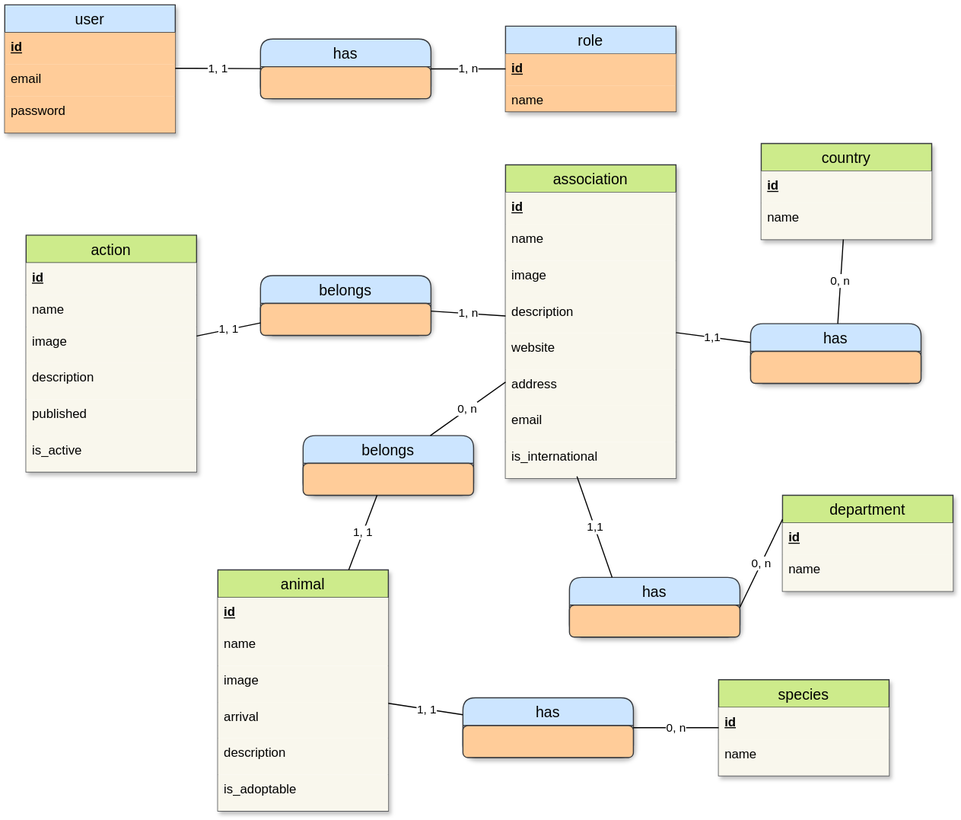
Above: code/merise/MCD.drawio.svg in manonjarzabeck/compawny (draw.io), before the change. Source tidied: cells renumbered, new cells last; positions are measured from the earlier drawing's top-left corner, leaving out a move shared by most shapes.
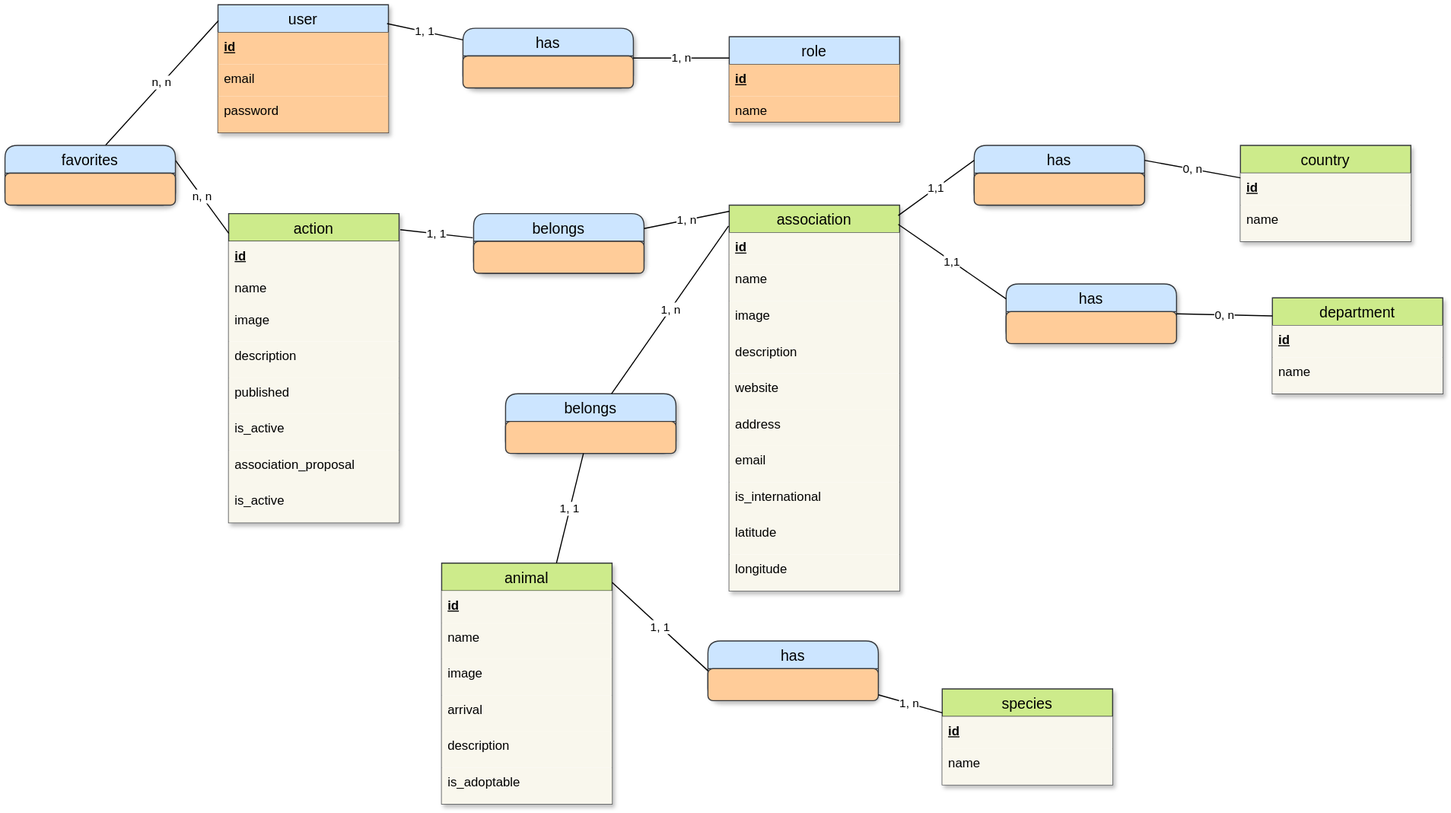
The same file after the commit.

Diff of the diagram source:
```diff
@@ -3,7 +3,7 @@
     <mxCell id="0" />
     <mxCell id="1" parent="0" />
     <mxCell id="2" value="user" style="swimlane;fontStyle=0;horizontal=1;startSize=26;align=center;fontSize=14;fillColor=#cce5ff;strokeColor=#36393d;textShadow=0;shadow=1;glass=0;swimlaneLine=1;swimlaneFillColor=default;" parent="1" vertex="1">
-      <mxGeometry width="160" height="120" as="geometry" />
+      <mxGeometry x="-10" y="-32" width="160" height="120" as="geometry" />
     </mxCell>
     <mxCell id="3" value="id" style="text;spacingLeft=4;spacingRight=4;overflow=hidden;fontSize=12;whiteSpace=wrap;html=1;fontStyle=5;textShadow=0;fillColor=#ffcc99;strokeColor=none;" parent="2" vertex="1">
       <mxGeometry y="26" width="160" height="30" as="geometry" />
@@ -15,7 +15,7 @@
       <mxGeometry y="86" width="160" height="34" as="geometry" />
     </mxCell>
     <mxCell id="6" value="role" style="swimlane;fontStyle=0;horizontal=1;startSize=26;align=center;fontSize=14;fillColor=#cce5ff;strokeColor=#36393d;shadow=1;swimlaneFillColor=default;" parent="1" vertex="1">
-      <mxGeometry x="470" y="20" width="160" height="80" as="geometry" />
+      <mxGeometry x="470" y="-2" width="160" height="80" as="geometry" />
     </mxCell>
     <mxCell id="7" value="id" style="text;spacingLeft=4;spacingRight=4;overflow=hidden;fontSize=12;whiteSpace=wrap;html=1;fontStyle=5;textShadow=0;fillColor=#ffcc99;strokeColor=none;" parent="6" vertex="1">
       <mxGeometry y="26" width="160" height="30" as="geometry" />
@@ -24,21 +24,19 @@
       <mxGeometry y="56" width="160" height="24" as="geometry" />
     </mxCell>
     <mxCell id="9" value="has" style="swimlane;fontStyle=0;horizontal=1;startSize=26;align=center;fontSize=14;fillColor=#cce5ff;strokeColor=#36393d;rounded=1;shadow=1;swimlaneFillColor=default;" parent="1" vertex="1">
-      <mxGeometry x="240" y="32" width="160" height="56" as="geometry" />
+      <mxGeometry x="220" y="-10" width="160" height="56" as="geometry" />
     </mxCell>
     <mxCell id="10" style="text;spacingLeft=4;spacingRight=4;overflow=hidden;fontSize=12;whiteSpace=wrap;html=1;fontStyle=5;textShadow=0;fillColor=#ffcc99;strokeColor=#36393d;rounded=1;" parent="9" vertex="1">
       <mxGeometry y="26" width="160" height="30" as="geometry" />
     </mxCell>
-    <mxCell id="11" value="1, 1" style="endArrow=none;html=1;rounded=0;" parent="1" edge="1" target="9">
-      <mxGeometry relative="1" as="geometry">
-        <mxPoint x="160" y="59.5" as="sourcePoint" />
-      </mxGeometry>
+    <mxCell id="11" value="1, 1" style="endArrow=none;html=1;rounded=0;exitX=0.992;exitY=0.147;exitDx=0;exitDy=0;exitPerimeter=0;" parent="1" edge="1" source="2" target="9">
+      <mxGeometry relative="1" as="geometry" />
     </mxCell>
-    <mxCell id="12" value="1, n" style="endArrow=none;html=1;rounded=0;" parent="1" edge="1" source="9" target="6">
+    <mxCell id="12" value="1, n" style="endArrow=none;html=1;rounded=0;entryX=0;entryY=0.25;entryDx=0;entryDy=0;" parent="1" edge="1" source="9" target="6">
       <mxGeometry relative="1" as="geometry" />
     </mxCell>
     <mxCell id="13" value="action" style="swimlane;fontStyle=0;horizontal=1;startSize=26;align=center;fontSize=14;fillColor=#cdeb8b;shadow=1;swimlaneFillColor=default;strokeColor=#36393d;" parent="1" vertex="1">
-      <mxGeometry x="20" y="216" width="160" height="222" as="geometry" />
+      <mxGeometry y="164" width="160" height="290" as="geometry" />
     </mxCell>
     <mxCell id="14" value="id" style="text;spacingLeft=4;spacingRight=4;overflow=hidden;fontSize=12;whiteSpace=wrap;html=1;fontStyle=5;textShadow=0;fillColor=#f9f7ed;strokeColor=none;" parent="13" vertex="1">
       <mxGeometry y="26" width="160" height="30" as="geometry" />
@@ -58,8 +56,14 @@
     <mxCell id="19" value="is_active" style="text;strokeColor=none;fillColor=#f9f7ed;spacingLeft=4;spacingRight=4;overflow=hidden;fontSize=12;whiteSpace=wrap;html=1;strokeWidth=0;shadow=0;" parent="13" vertex="1">
       <mxGeometry y="188" width="160" height="34" as="geometry" />
     </mxCell>
+    <mxCell id="65" value="association_proposal" style="text;strokeColor=none;fillColor=#f9f7ed;spacingLeft=4;spacingRight=4;overflow=hidden;fontSize=12;whiteSpace=wrap;html=1;strokeWidth=0;shadow=0;" parent="13" vertex="1">
+      <mxGeometry y="222" width="160" height="34" as="geometry" />
+    </mxCell>
+    <mxCell id="66" value="is_active" style="text;strokeColor=none;fillColor=#f9f7ed;spacingLeft=4;spacingRight=4;overflow=hidden;fontSize=12;whiteSpace=wrap;html=1;strokeWidth=0;shadow=0;" parent="13" vertex="1">
+      <mxGeometry y="256" width="160" height="34" as="geometry" />
+    </mxCell>
     <mxCell id="20" value="association" style="swimlane;fontStyle=0;horizontal=1;startSize=26;align=center;fontSize=14;fillColor=#cdeb8b;shadow=1;swimlaneFillColor=default;strokeColor=#36393d;" parent="1" vertex="1">
-      <mxGeometry x="470" y="150" width="160" height="294" as="geometry" />
+      <mxGeometry x="470" y="156" width="160" height="362" as="geometry" />
     </mxCell>
     <mxCell id="21" value="id" style="text;spacingLeft=4;spacingRight=4;overflow=hidden;fontSize=12;whiteSpace=wrap;html=1;fontStyle=5;textShadow=0;fillColor=#f9f7ed;strokeColor=none;" parent="20" vertex="1">
       <mxGeometry y="26" width="160" height="30" as="geometry" />
@@ -85,8 +89,14 @@
     <mxCell id="28" value="is_international" style="text;strokeColor=none;fillColor=#f9f7ed;spacingLeft=4;spacingRight=4;overflow=hidden;points=[[0,0.5],[1,0.5]];portConstraint=eastwest;fontSize=12;whiteSpace=wrap;html=1;strokeWidth=0;shadow=0;" parent="20" vertex="1">
       <mxGeometry y="260" width="160" height="34" as="geometry" />
     </mxCell>
+    <mxCell id="67" value="latitude" style="text;strokeColor=none;fillColor=#f9f7ed;spacingLeft=4;spacingRight=4;overflow=hidden;fontSize=12;whiteSpace=wrap;html=1;strokeWidth=0;shadow=0;" parent="20" vertex="1">
+      <mxGeometry y="294" width="160" height="34" as="geometry" />
+    </mxCell>
+    <mxCell id="68" value="longitude" style="text;strokeColor=none;fillColor=#f9f7ed;spacingLeft=4;spacingRight=4;overflow=hidden;fontSize=12;whiteSpace=wrap;html=1;strokeWidth=0;shadow=0;" parent="20" vertex="1">
+      <mxGeometry y="328" width="160" height="34" as="geometry" />
+    </mxCell>
     <mxCell id="29" value="animal" style="swimlane;fontStyle=0;horizontal=1;startSize=26;align=center;fontSize=14;fillColor=#cdeb8b;shadow=1;swimlaneFillColor=default;strokeColor=#36393d;" parent="1" vertex="1">
-      <mxGeometry x="200" y="530" width="160" height="226" as="geometry" />
+      <mxGeometry x="200" y="492" width="160" height="226" as="geometry" />
     </mxCell>
     <mxCell id="30" value="id" style="text;spacingLeft=4;spacingRight=4;overflow=hidden;fontSize=12;whiteSpace=wrap;html=1;fontStyle=5;textShadow=0;fillColor=#f9f7ed;strokeColor=none;" parent="29" vertex="1">
       <mxGeometry y="26" width="160" height="30" as="geometry" />
@@ -107,19 +117,19 @@
       <mxGeometry y="192" width="160" height="34" as="geometry" />
     </mxCell>
     <mxCell id="36" value="belongs" style="swimlane;fontStyle=0;horizontal=1;startSize=26;align=center;fontSize=14;fillColor=#cce5ff;strokeColor=#36393d;rounded=1;shadow=1;swimlaneFillColor=default;" parent="1" vertex="1">
-      <mxGeometry x="240" y="254" width="160" height="56" as="geometry" />
+      <mxGeometry x="230" y="164" width="160" height="56" as="geometry" />
     </mxCell>
     <mxCell id="37" style="text;spacingLeft=4;spacingRight=4;overflow=hidden;fontSize=12;whiteSpace=wrap;html=1;fontStyle=5;textShadow=0;fillColor=#ffcc99;strokeColor=#36393d;rounded=1;" parent="36" vertex="1">
       <mxGeometry y="26" width="160" height="30" as="geometry" />
     </mxCell>
-    <mxCell id="38" value="1, 1" style="endArrow=none;html=1;rounded=0;" parent="1" edge="1" source="13" target="36">
+    <mxCell id="38" value="1, 1" style="endArrow=none;html=1;rounded=0;exitX=1.007;exitY=0.052;exitDx=0;exitDy=0;exitPerimeter=0;entryX=-0.005;entryY=0.405;entryDx=0;entryDy=0;entryPerimeter=0;" parent="1" edge="1" source="13" target="36">
       <mxGeometry relative="1" as="geometry" />
     </mxCell>
-    <mxCell id="39" value="1, n" style="endArrow=none;html=1;rounded=0;" parent="1" edge="1" source="36" target="20">
+    <mxCell id="39" value="1, n" style="endArrow=none;html=1;rounded=0;entryX=0.002;entryY=0.016;entryDx=0;entryDy=0;entryPerimeter=0;exitX=1;exitY=0.25;exitDx=0;exitDy=0;" parent="1" edge="1" source="36" target="20">
       <mxGeometry relative="1" as="geometry" />
     </mxCell>
     <mxCell id="40" value="country" style="swimlane;fontStyle=0;horizontal=1;startSize=26;align=center;fontSize=14;fillColor=#cdeb8b;shadow=1;swimlaneFillColor=default;strokeColor=#36393d;" parent="1" vertex="1">
-      <mxGeometry x="710" y="130" width="160" height="90" as="geometry" />
+      <mxGeometry x="950" y="100" width="160" height="90" as="geometry" />
     </mxCell>
     <mxCell id="41" value="id" style="text;spacingLeft=4;spacingRight=4;overflow=hidden;fontSize=12;whiteSpace=wrap;html=1;fontStyle=5;textShadow=0;fillColor=#f9f7ed;strokeColor=none;" parent="40" vertex="1">
       <mxGeometry y="26" width="160" height="30" as="geometry" />
@@ -128,19 +138,19 @@
       <mxGeometry y="56" width="160" height="34" as="geometry" />
     </mxCell>
     <mxCell id="43" value="has" style="swimlane;fontStyle=0;horizontal=1;startSize=26;align=center;fontSize=14;fillColor=#cce5ff;strokeColor=#36393d;rounded=1;shadow=1;swimlaneFillColor=default;" parent="1" vertex="1">
-      <mxGeometry x="700" y="299" width="160" height="56" as="geometry" />
+      <mxGeometry x="700" y="100" width="160" height="56" as="geometry" />
     </mxCell>
     <mxCell id="44" style="text;spacingLeft=4;spacingRight=4;overflow=hidden;fontSize=12;whiteSpace=wrap;html=1;fontStyle=5;textShadow=0;fillColor=#ffcc99;strokeColor=#36393d;rounded=1;" parent="43" vertex="1">
       <mxGeometry y="26" width="160" height="30" as="geometry" />
     </mxCell>
-    <mxCell id="45" value="1,1" style="endArrow=none;html=1;rounded=0;" parent="1" edge="1" source="20" target="43">
+    <mxCell id="45" value="1,1" style="endArrow=none;html=1;rounded=0;entryX=0;entryY=0.25;entryDx=0;entryDy=0;exitX=0.992;exitY=0.027;exitDx=0;exitDy=0;exitPerimeter=0;" parent="1" edge="1" source="20" target="43">
       <mxGeometry relative="1" as="geometry" />
     </mxCell>
-    <mxCell id="46" value="0, n" style="endArrow=none;html=1;rounded=0;" parent="1" edge="1" source="43" target="40">
+    <mxCell id="46" value="0, n" style="endArrow=none;html=1;rounded=0;exitX=1;exitY=0.25;exitDx=0;exitDy=0;" parent="1" edge="1" source="43" target="40">
       <mxGeometry relative="1" as="geometry" />
     </mxCell>
     <mxCell id="47" value="species" style="swimlane;fontStyle=0;horizontal=1;startSize=26;align=center;fontSize=14;fillColor=#cdeb8b;shadow=1;swimlaneFillColor=default;strokeColor=#36393d;" parent="1" vertex="1">
-      <mxGeometry x="670" y="633" width="160" height="90" as="geometry" />
+      <mxGeometry x="670" y="610" width="160" height="90" as="geometry" />
     </mxCell>
     <mxCell id="48" value="id" style="text;spacingLeft=4;spacingRight=4;overflow=hidden;fontSize=12;whiteSpace=wrap;html=1;fontStyle=5;textShadow=0;fillColor=#f9f7ed;strokeColor=none;" parent="47" vertex="1">
       <mxGeometry y="26" width="160" height="30" as="geometry" />
@@ -149,37 +159,37 @@
       <mxGeometry y="56" width="160" height="34" as="geometry" />
     </mxCell>
     <mxCell id="50" value="has" style="swimlane;fontStyle=0;horizontal=1;startSize=26;align=center;fontSize=14;fillColor=#cce5ff;strokeColor=#36393d;rounded=1;shadow=1;swimlaneFillColor=default;" parent="1" vertex="1">
-      <mxGeometry x="430" y="650" width="160" height="56" as="geometry" />
+      <mxGeometry x="450" y="565" width="160" height="56" as="geometry" />
     </mxCell>
     <mxCell id="51" style="text;spacingLeft=4;spacingRight=4;overflow=hidden;fontSize=12;whiteSpace=wrap;html=1;fontStyle=5;textShadow=0;fillColor=#ffcc99;strokeColor=#36393d;rounded=1;" parent="50" vertex="1">
       <mxGeometry y="26" width="160" height="30" as="geometry" />
     </mxCell>
-    <mxCell id="52" value="1, 1" style="endArrow=none;html=1;rounded=0;" parent="1" edge="1" source="29" target="50">
+    <mxCell id="52" value="1, 1" style="endArrow=none;html=1;rounded=0;entryX=0;entryY=0.5;entryDx=0;entryDy=0;exitX=1;exitY=0.08;exitDx=0;exitDy=0;exitPerimeter=0;" parent="1" edge="1" source="29" target="50">
       <mxGeometry relative="1" as="geometry" />
     </mxCell>
-    <mxCell id="53" value="0, n" style="endArrow=none;html=1;rounded=0;" parent="1" edge="1" source="50" target="47">
+    <mxCell id="53" value="1, n" style="endArrow=none;html=1;rounded=0;entryX=0;entryY=0.25;entryDx=0;entryDy=0;" parent="1" edge="1" source="50" target="47">
       <mxGeometry relative="1" as="geometry" />
     </mxCell>
     <mxCell id="54" value="belongs" style="swimlane;fontStyle=0;horizontal=1;startSize=26;align=center;fontSize=14;fillColor=#cce5ff;strokeColor=#36393d;rounded=1;shadow=1;swimlaneFillColor=default;" parent="1" vertex="1">
-      <mxGeometry x="280" y="404" width="160" height="56" as="geometry" />
+      <mxGeometry x="260" y="333" width="160" height="56" as="geometry" />
     </mxCell>
     <mxCell id="55" style="text;spacingLeft=4;spacingRight=4;overflow=hidden;fontSize=12;whiteSpace=wrap;html=1;fontStyle=5;textShadow=0;fillColor=#ffcc99;strokeColor=#36393d;rounded=1;" parent="54" vertex="1">
       <mxGeometry y="26" width="160" height="30" as="geometry" />
     </mxCell>
-    <mxCell id="56" value="0, n" style="endArrow=none;html=1;rounded=0;" parent="1" edge="1" source="54" target="20">
+    <mxCell id="56" value="1, n" style="endArrow=none;html=1;rounded=0;entryX=-0.004;entryY=0.054;entryDx=0;entryDy=0;entryPerimeter=0;" parent="1" edge="1" source="54" target="20">
       <mxGeometry relative="1" as="geometry" />
     </mxCell>
     <mxCell id="57" value="1, 1" style="endArrow=none;html=1;rounded=0;" parent="1" edge="1" source="29" target="54">
       <mxGeometry relative="1" as="geometry" />
     </mxCell>
     <mxCell id="58" value="has" style="swimlane;fontStyle=0;horizontal=1;startSize=26;align=center;fontSize=14;fillColor=#cce5ff;strokeColor=#36393d;rounded=1;shadow=1;swimlaneFillColor=default;" parent="1" vertex="1">
-      <mxGeometry x="530" y="537" width="160" height="56" as="geometry" />
+      <mxGeometry x="730" y="230" width="160" height="56" as="geometry" />
     </mxCell>
     <mxCell id="59" style="text;spacingLeft=4;spacingRight=4;overflow=hidden;fontSize=12;whiteSpace=wrap;html=1;fontStyle=5;textShadow=0;fillColor=#ffcc99;strokeColor=#36393d;rounded=1;" parent="58" vertex="1">
       <mxGeometry y="26" width="160" height="30" as="geometry" />
     </mxCell>
     <mxCell id="60" value="department" style="swimlane;fontStyle=0;horizontal=1;startSize=26;align=center;fontSize=14;fillColor=#cdeb8b;shadow=1;swimlaneFillColor=default;strokeColor=#36393d;" parent="1" vertex="1">
-      <mxGeometry x="730" y="460" width="160" height="90" as="geometry" />
+      <mxGeometry x="980" y="243" width="160" height="90" as="geometry" />
     </mxCell>
     <mxCell id="61" value="id" style="text;spacingLeft=4;spacingRight=4;overflow=hidden;fontSize=12;whiteSpace=wrap;html=1;fontStyle=5;textShadow=0;fillColor=#f9f7ed;strokeColor=none;" parent="60" vertex="1">
       <mxGeometry y="26" width="160" height="30" as="geometry" />
@@ -187,11 +197,25 @@
     <mxCell id="62" value="name" style="text;strokeColor=none;fillColor=#f9f7ed;spacingLeft=4;spacingRight=4;overflow=hidden;fontSize=12;whiteSpace=wrap;html=1;strokeWidth=0;shadow=0;" parent="60" vertex="1">
       <mxGeometry y="56" width="160" height="34" as="geometry" />
     </mxCell>
-    <mxCell id="63" value="1,1" style="endArrow=none;html=1;rounded=0;entryX=0.25;entryY=0;entryDx=0;entryDy=0;exitX=0.419;exitY=0.951;exitDx=0;exitDy=0;exitPerimeter=0;" parent="1" edge="1" source="28" target="58">
+    <mxCell id="63" value="1,1" style="endArrow=none;html=1;rounded=0;entryX=0;entryY=0.25;entryDx=0;entryDy=0;exitX=0.992;exitY=0.05;exitDx=0;exitDy=0;exitPerimeter=0;" parent="1" edge="1" source="20" target="58">
       <mxGeometry relative="1" as="geometry" />
     </mxCell>
-    <mxCell id="64" value="0, n" style="endArrow=none;html=1;rounded=0;entryX=0;entryY=0.25;entryDx=0;entryDy=0;exitX=1;exitY=0.5;exitDx=0;exitDy=0;" parent="1" edge="1" source="58" target="60">
-      <mxGeometry relative="1" as="geometry" />
+    <mxCell id="64" value="0, n" style="endArrow=none;html=1;rounded=0;exitX=1;exitY=0.5;exitDx=0;exitDy=0;" parent="1" edge="1" source="58">
+      <mxGeometry relative="1" as="geometry">
+        <mxPoint x="980" y="260" as="targetPoint" />
+      </mxGeometry>
     </mxCell>
+    <mxCell id="69" value="n, n" style="endArrow=none;html=1;rounded=0;exitX=0.002;exitY=0.125;exitDx=0;exitDy=0;entryX=0.59;entryY=-0.004;entryDx=0;entryDy=0;exitPerimeter=0;entryPerimeter=0;" parent="1" edge="1" source="2" target="71">
+      <mxGeometry relative="1" as="geometry" />
+    </mxCell>
+    <mxCell id="70" value="n, n" style="endArrow=none;html=1;rounded=0;exitX=1;exitY=0.25;exitDx=0;exitDy=0;entryX=0.001;entryY=0.064;entryDx=0;entryDy=0;entryPerimeter=0;" parent="1" edge="1" source="71" target="13">
+      <mxGeometry x="0.01" relative="1" as="geometry" />
+    </mxCell>
+    <mxCell id="71" value="favorites" style="swimlane;fontStyle=0;horizontal=1;startSize=26;align=center;fontSize=14;fillColor=#cce5ff;strokeColor=#36393d;rounded=1;shadow=1;swimlaneFillColor=default;" parent="1" vertex="1">
+      <mxGeometry x="-210" y="100" width="160" height="56" as="geometry" />
+    </mxCell>
+    <mxCell id="72" style="text;spacingLeft=4;spacingRight=4;overflow=hidden;fontSize=12;whiteSpace=wrap;html=1;fontStyle=5;textShadow=0;fillColor=#ffcc99;strokeColor=#36393d;rounded=1;" parent="71" vertex="1">
+      <mxGeometry y="26" width="160" height="30" as="geometry" />
+    </mxCell>
   </root>
 </mxGraphModel>
```
